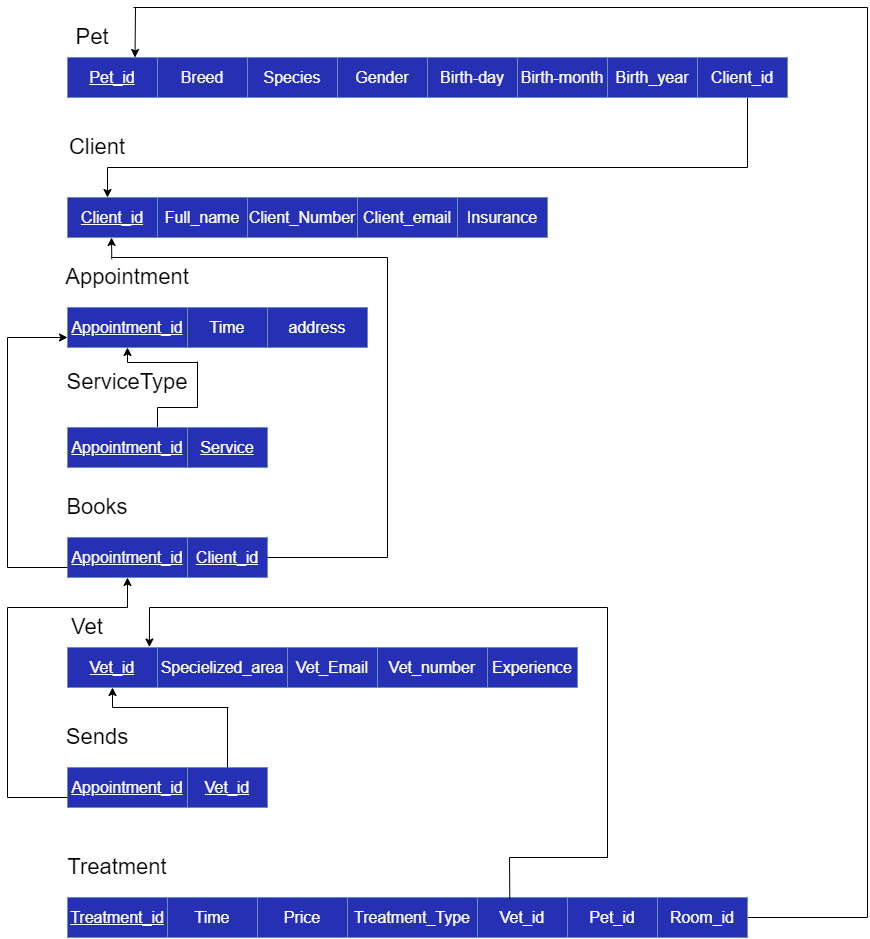
This is RelationalSchemaPetClinic.drawio.png from tomztz/SQL-Pet-Clinic, a draw.io export, as it was before one commit. Source tidied: cells renumbered, new cells last; positions are measured from the earlier drawing's top-left corner, leaving out a move shared by most shapes.
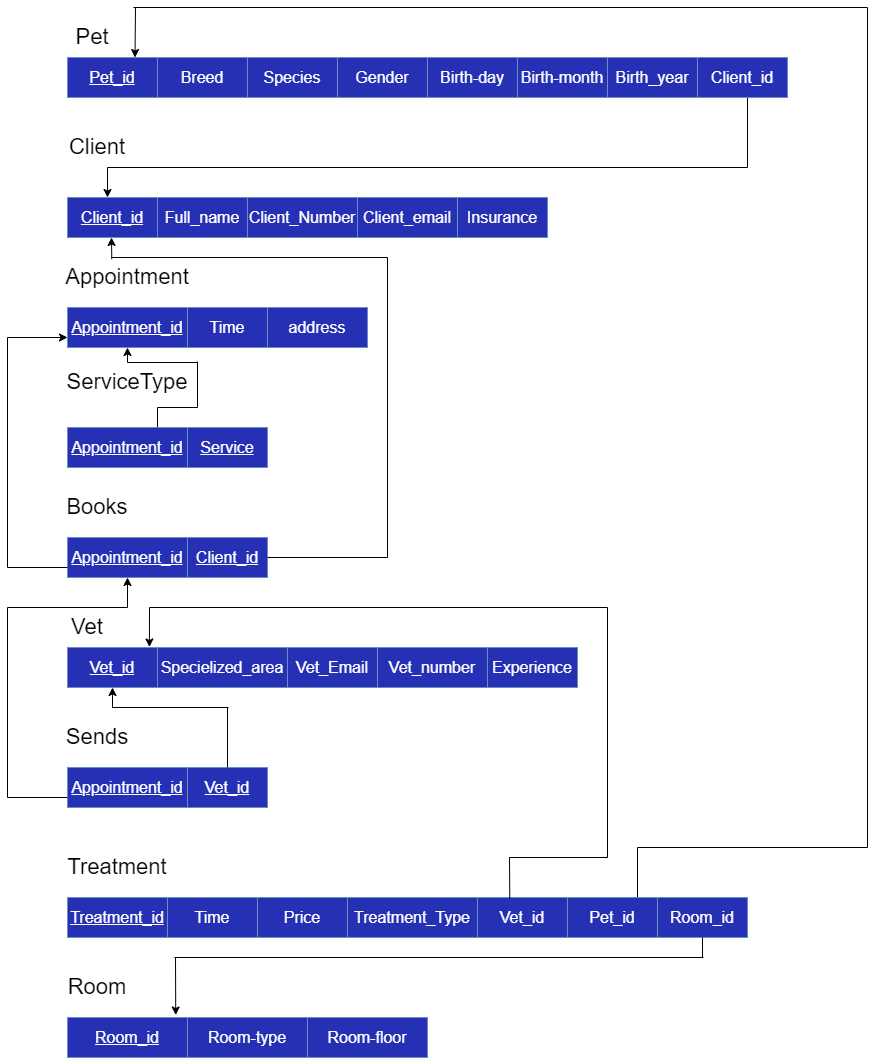
Later version of the same file.

What changed in the source:
```diff
@@ -2,6 +2,12 @@
   <root>
     <mxCell id="0" />
     <mxCell id="1" parent="0" />
+    <mxCell id="75" style="endArrow=none;html=1;rounded=0;fontSize=16;fontColor=#FFFFFF;" parent="1" edge="1">
+      <mxGeometry relative="1" as="geometry">
+        <mxPoint x="630" y="840" as="sourcePoint" />
+        <mxPoint x="630" y="910" as="targetPoint" />
+      </mxGeometry>
+    </mxCell>
     <mxCell id="2" style="endArrow=none;html=1;rounded=0;fontSize=16;fontColor=#FFFFFF;exitX=0.75;exitY=0.25;exitDx=0;exitDy=0;exitPerimeter=0;" parent="1" edge="1" source="25">
       <mxGeometry relative="1" as="geometry">
         <mxPoint x="150" y="400" as="targetPoint" />
@@ -276,13 +282,13 @@
     </mxCell>
     <mxCell id="70" style="endArrow=none;html=1;rounded=0;fontSize=16;fontColor=#FFFFFF;" parent="1" edge="1">
       <mxGeometry relative="1" as="geometry">
-        <mxPoint x="740" y="910" as="sourcePoint" />
-        <mxPoint x="860" y="910" as="targetPoint" />
+        <mxPoint x="630" y="840" as="sourcePoint" />
+        <mxPoint x="860" y="840" as="targetPoint" />
       </mxGeometry>
     </mxCell>
     <mxCell id="71" style="endArrow=none;html=1;rounded=0;fontSize=16;fontColor=#FFFFFF;" parent="1" edge="1">
       <mxGeometry relative="1" as="geometry">
-        <mxPoint x="860" y="910" as="sourcePoint" />
+        <mxPoint x="860" y="840" as="sourcePoint" />
         <mxPoint x="860" as="targetPoint" />
       </mxGeometry>
     </mxCell>
@@ -300,5 +306,33 @@
     <mxCell id="74" value="&lt;font color=&quot;#ffffff&quot;&gt;&lt;span style=&quot;font-size: 16px&quot;&gt;Room_id&lt;/span&gt;&lt;/font&gt;" style="rounded=0;whiteSpace=wrap;html=1;fillColor=#2630B5;strokeColor=#6c8ebf;" parent="1" vertex="1">
       <mxGeometry x="650" y="890" width="90" height="40" as="geometry" />
     </mxCell>
+    <mxCell id="76" value="&lt;u style=&quot;color: rgb(255 , 255 , 255) ; font-size: 16px&quot;&gt;Room_id&lt;/u&gt;" style="rounded=0;whiteSpace=wrap;html=1;fillColor=#2630B5;strokeColor=#6c8ebf;" parent="1" vertex="1">
+      <mxGeometry x="60" y="1010" width="120" height="40" as="geometry" />
+    </mxCell>
+    <mxCell id="77" value="&lt;font style=&quot;font-size: 22px&quot;&gt;Room&lt;/font&gt;" style="text;html=1;strokeColor=none;fillColor=none;align=center;verticalAlign=middle;whiteSpace=wrap;rounded=0;" parent="1" vertex="1">
+      <mxGeometry x="30" y="960" width="120" height="40" as="geometry" />
+    </mxCell>
+    <mxCell id="78" value="&lt;font color=&quot;#ffffff&quot;&gt;&lt;span style=&quot;font-size: 16px&quot;&gt;Room-type&lt;/span&gt;&lt;/font&gt;" style="rounded=0;whiteSpace=wrap;html=1;fillColor=#2630B5;strokeColor=#6c8ebf;" parent="1" vertex="1">
+      <mxGeometry x="180" y="1010" width="120" height="40" as="geometry" />
+    </mxCell>
+    <mxCell id="79" value="&lt;font color=&quot;#ffffff&quot;&gt;&lt;span style=&quot;font-size: 16px&quot;&gt;Room-floor&lt;/span&gt;&lt;/font&gt;" style="rounded=0;whiteSpace=wrap;html=1;fillColor=#2630B5;strokeColor=#6c8ebf;" parent="1" vertex="1">
+      <mxGeometry x="300" y="1010" width="120" height="40" as="geometry" />
+    </mxCell>
+    <mxCell id="80" style="endArrow=classic;html=1;rounded=0;fontSize=16;fontColor=#FFFFFF;entryX=0.902;entryY=-0.063;entryDx=0;entryDy=0;entryPerimeter=0;" parent="1" edge="1" target="76">
+      <mxGeometry relative="1" as="geometry">
+        <mxPoint x="168" y="950" as="sourcePoint" />
+      </mxGeometry>
+    </mxCell>
+    <mxCell id="81" style="endArrow=none;html=1;rounded=0;fontSize=16;fontColor=#FFFFFF;" parent="1" edge="1">
+      <mxGeometry relative="1" as="geometry">
+        <mxPoint x="167" y="950" as="sourcePoint" />
+        <mxPoint x="696" y="950" as="targetPoint" />
+      </mxGeometry>
+    </mxCell>
+    <mxCell id="82" style="endArrow=none;html=1;rounded=0;fontSize=16;fontColor=#FFFFFF;entryX=0.5;entryY=1;entryDx=0;entryDy=0;" parent="1" edge="1" target="74">
+      <mxGeometry relative="1" as="geometry">
+        <mxPoint x="695" y="950" as="sourcePoint" />
+      </mxGeometry>
+    </mxCell>
   </root>
 </mxGraphModel>
```
